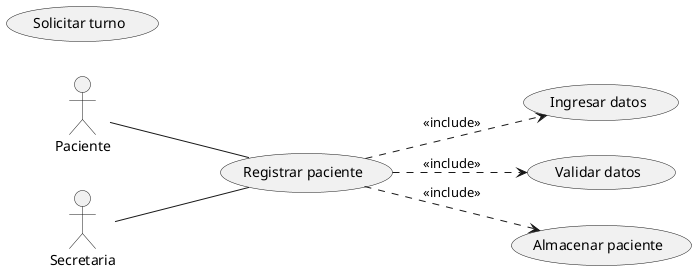
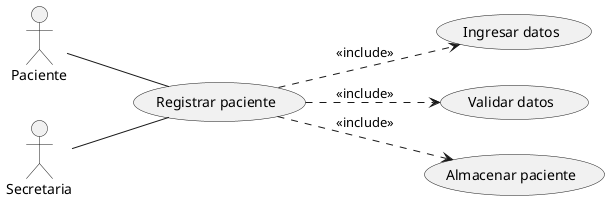
@startuml
left to right direction
actor Paciente
actor Secretaria

usecase "Registrar paciente" as UC1
usecase "Ingresar datos" as UC2
usecase "Validar datos" as UC3
usecase "Almacenar paciente" as UC4

- ' Nuevo caso de uso agregado para cumplir con el RF5
- usecase "Solicitar turno" as UC5
- 
Paciente -- UC1
Secretaria -- UC1

UC1 ..> UC2 : <<include>>
UC1 ..> UC3 : <<include>>
- UC1 ..> UC4 : <<include>>+ UC1 ..> UC4 : <<include>>
+ @enduml